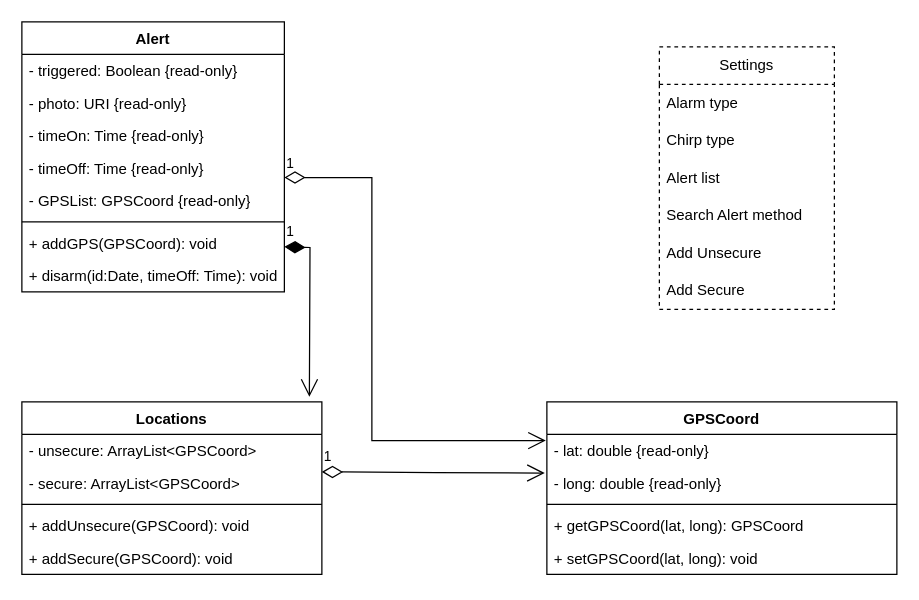
Earlier version of the draw.io diagram work/LeaveMeAlone.drawio (ddc-java-17/leave-me-alone-reedsearle). Source tidied: cells renumbered, new cells numbered last; positions are measured from the earlier drawing's top-left corner, leaving out a move shared by most shapes. Both pictures are drawn from the tidied source at 125%, with x=0, y=0 at pixel (21, 21).
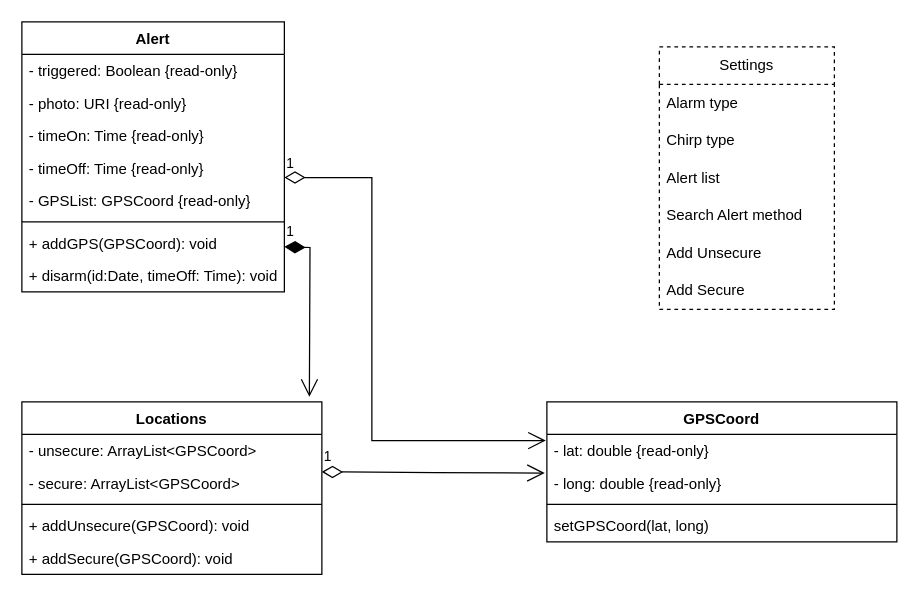
Above is the later version.

Commit message (it also covers changes not shown here):
Updated UML and user stories

Change to the diagram source:
```diff
@@
     <mxCell id="17" value="GPSCoord" style="swimlane;fontStyle=1;align=center;verticalAlign=top;horizontal=1;startSize=26;whiteSpace=wrap;html=1;" parent="1" vertex="1">
-      <mxGeometry x="420" y="304" width="280" height="138" as="geometry" />
+      <mxGeometry x="420" y="304" width="280" height="112" as="geometry" />
     </mxCell>
@@
-    <mxCell id="21" value="+ getGPSCoord(lat, long): GPSCoord" style="text;strokeColor=none;fillColor=none;align=left;verticalAlign=top;spacingLeft=4;spacingRight=4;overflow=hidden;whiteSpace=wrap;html=1;" parent="17" vertex="1">
-      <mxGeometry y="86" width="280" height="26" as="geometry" />
-    </mxCell>
-    <mxCell id="22" value="+ setGPSCoord(lat, long): void" style="text;strokeColor=none;fillColor=none;align=left;verticalAlign=top;spacingLeft=4;spacingRight=4;overflow=hidden;whiteSpace=wrap;html=1;" parent="17" vertex="1">
-      <mxGeometry y="112" width="280" height="26" as="geometry" />
+    <mxCell id="22" value="setGPSCoord(lat, long)" style="text;strokeColor=none;fillColor=none;align=left;verticalAlign=top;spacingLeft=4;spacingRight=4;overflow=hidden;whiteSpace=wrap;html=1;" parent="17" vertex="1">
+      <mxGeometry y="86" width="280" height="26" as="geometry" />
     </mxCell>
```
